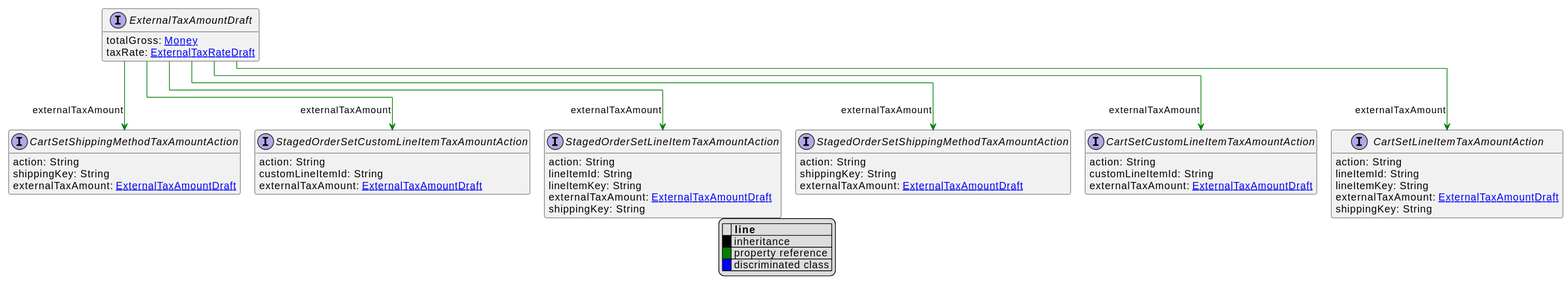
The PlantUML diagram uml/api/svg/ExternalTaxAmountDraft.svg in commercetools/commercetools-api-reference, before a commit.
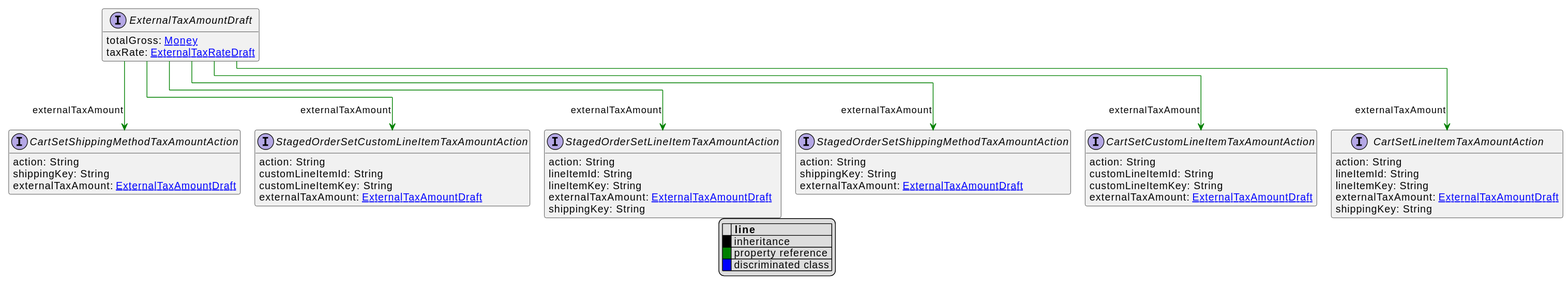
After the change.

Change to the diagram source:
```diff
@@ -18,6 +18,7 @@
 interface CartSetCustomLineItemTaxAmountAction [[CartSetCustomLineItemTaxAmountAction.svg]]  {
     action: String
     customLineItemId: String
+    customLineItemKey: String
     externalTaxAmount: [[ExternalTaxAmountDraft.svg ExternalTaxAmountDraft]]
 }
 interface CartSetLineItemTaxAmountAction [[CartSetLineItemTaxAmountAction.svg]]  {
@@ -35,6 +36,7 @@
 interface StagedOrderSetCustomLineItemTaxAmountAction [[StagedOrderSetCustomLineItemTaxAmountAction.svg]]  {
     action: String
     customLineItemId: String
+    customLineItemKey: String
     externalTaxAmount: [[ExternalTaxAmountDraft.svg ExternalTaxAmountDraft]]
 }
 interface StagedOrderSetLineItemTaxAmountAction [[StagedOrderSetLineItemTaxAmountAction.svg]]  {
```
